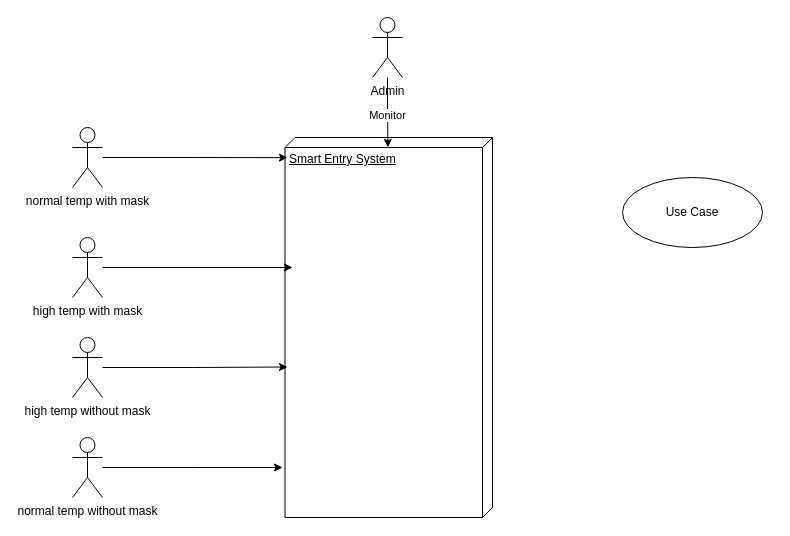
Above: page "user cases" (1 of 4) of Untitled Diagram.drawio in ArcueidShiki/SmartEntrySystem (draw.io), before the change. Source tidied: cells renumbered, new cells numbered last; positions are measured from the earlier drawing's top-left corner, leaving out a move shared by most shapes. Both pictures are drawn from the tidied source at 100%, with x=0, y=0 at pixel (72, 17).
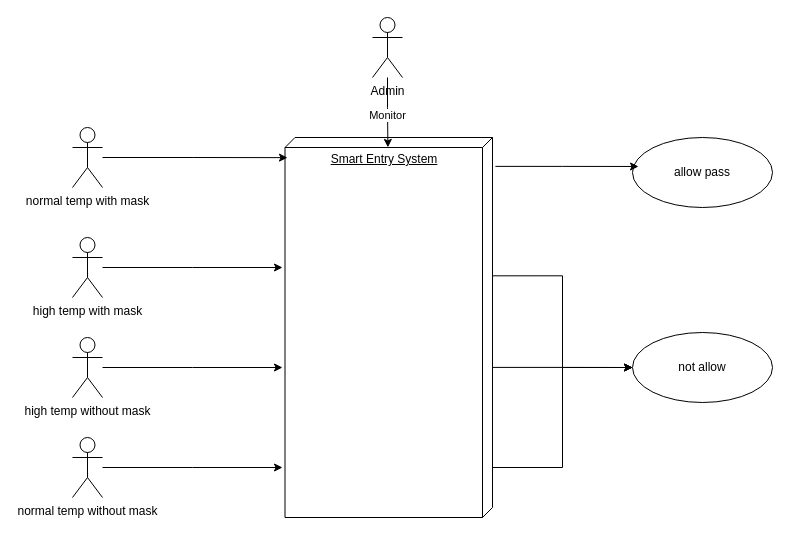
After the change.

The change refers to these unchanged cells:
```xml
<mxCell id="3" value="high temp with mask" style="shape=umlActor;verticalLabelPosition=bottom;verticalAlign=top;html=1;" parent="1" vertex="1">
  <mxGeometry y="220" width="30" height="60" as="geometry" />
</mxCell>
<mxCell id="4" value="high temp without mask" style="shape=umlActor;verticalLabelPosition=bottom;verticalAlign=top;html=1;" parent="1" vertex="1">
  <mxGeometry y="320" width="30" height="60" as="geometry" />
</mxCell>
```

What changed in the source:
```diff
@@
-    <mxCell id="8" value="Use Case" style="ellipse;whiteSpace=wrap;html=1;" parent="1" vertex="1">
-      <mxGeometry x="550" y="160" width="140" height="70" as="geometry" />
+    <mxCell id="8" value="allow pass" style="ellipse;whiteSpace=wrap;html=1;" parent="1" vertex="1">
+      <mxGeometry x="560" y="120" width="140" height="70" as="geometry" />
     </mxCell>
+    <mxCell id="15" style="edgeStyle=orthogonalEdgeStyle;rounded=0;jettySize=auto;html=1;entryX=0;entryY=0.5;entryDx=0;entryDy=0;exitX=0.364;exitY=0.012;exitDx=0;exitDy=0;exitPerimeter=0;" parent="1" edge="1" source="9" target="19">
+      <mxGeometry relative="1" as="geometry" />
+    </mxCell>
+    <mxCell id="16" style="edgeStyle=orthogonalEdgeStyle;rounded=0;jettySize=auto;html=1;entryX=0;entryY=0.5;entryDx=0;entryDy=0;exitX=0.605;exitY=0;exitDx=0;exitDy=0;exitPerimeter=0;" parent="1" edge="1" source="9" target="19">
+      <mxGeometry relative="1" as="geometry" />
+    </mxCell>
+    <mxCell id="17" style="edgeStyle=orthogonalEdgeStyle;rounded=0;jettySize=auto;html=1;entryX=0;entryY=0.5;entryDx=0;entryDy=0;" parent="1" edge="1" source="9" target="19">
+      <mxGeometry relative="1" as="geometry">
+        <Array as="points">
+          <mxPoint x="490" y="450" />
+          <mxPoint x="490" y="350" />
+        </Array>
+      </mxGeometry>
+    </mxCell>
-    <mxCell id="9" value="Smart Entry System" style="verticalAlign=top;align=left;spacingTop=8;spacingLeft=2;spacingRight=12;shape=cube;size=10;direction=south;fontStyle=4;html=1;whiteSpace=wrap;" parent="1" vertex="1">
+    <mxCell id="9" value="&lt;div style=&quot;&quot;&gt;&lt;span style=&quot;background-color: initial;&quot;&gt;Smart Entry System&lt;/span&gt;&lt;/div&gt;" style="verticalAlign=top;align=center;spacingTop=8;spacingLeft=2;spacingRight=12;shape=cube;size=10;direction=south;fontStyle=4;html=1;whiteSpace=wrap;" parent="1" vertex="1">
       <mxGeometry x="212.5" y="120" width="207.5" height="380" as="geometry" />
     </mxCell>
@@
-    <mxCell id="13" style="edgeStyle=orthogonalEdgeStyle;rounded=0;jettySize=auto;html=1;entryX=0.342;entryY=0.964;entryDx=0;entryDy=0;entryPerimeter=0;" parent="1" edge="1" source="3" target="9">
-      <mxGeometry relative="1" as="geometry" />
+    <mxCell id="13" style="edgeStyle=orthogonalEdgeStyle;rounded=0;jettySize=auto;html=1;" parent="1" edge="1" source="3">
+      <mxGeometry relative="1" as="geometry">
+        <mxPoint x="210" y="250" as="targetPoint" />
+      </mxGeometry>
     </mxCell>
-    <mxCell id="14" style="edgeStyle=orthogonalEdgeStyle;rounded=0;jettySize=auto;html=1;entryX=0.604;entryY=0.988;entryDx=0;entryDy=0;entryPerimeter=0;" parent="1" edge="1" source="4" target="9">
-      <mxGeometry relative="1" as="geometry" />
+    <mxCell id="14" style="edgeStyle=orthogonalEdgeStyle;rounded=0;jettySize=auto;html=1;" parent="1" edge="1" source="4">
+      <mxGeometry relative="1" as="geometry">
+        <mxPoint x="210" y="350" as="targetPoint" />
+      </mxGeometry>
     </mxCell>
+    <mxCell id="18" style="edgeStyle=orthogonalEdgeStyle;rounded=0;jettySize=auto;html=1;entryX=0.043;entryY=0.414;entryDx=0;entryDy=0;entryPerimeter=0;exitX=0.076;exitY=-0.014;exitDx=0;exitDy=0;exitPerimeter=0;" parent="1" edge="1" source="9" target="8">
+      <mxGeometry relative="1" as="geometry" />
+    </mxCell>
+    <mxCell id="19" value="not allow" style="ellipse;whiteSpace=wrap;html=1;" parent="1" vertex="1">
+      <mxGeometry x="560" y="315" width="140" height="70" as="geometry" />
+    </mxCell>
```
